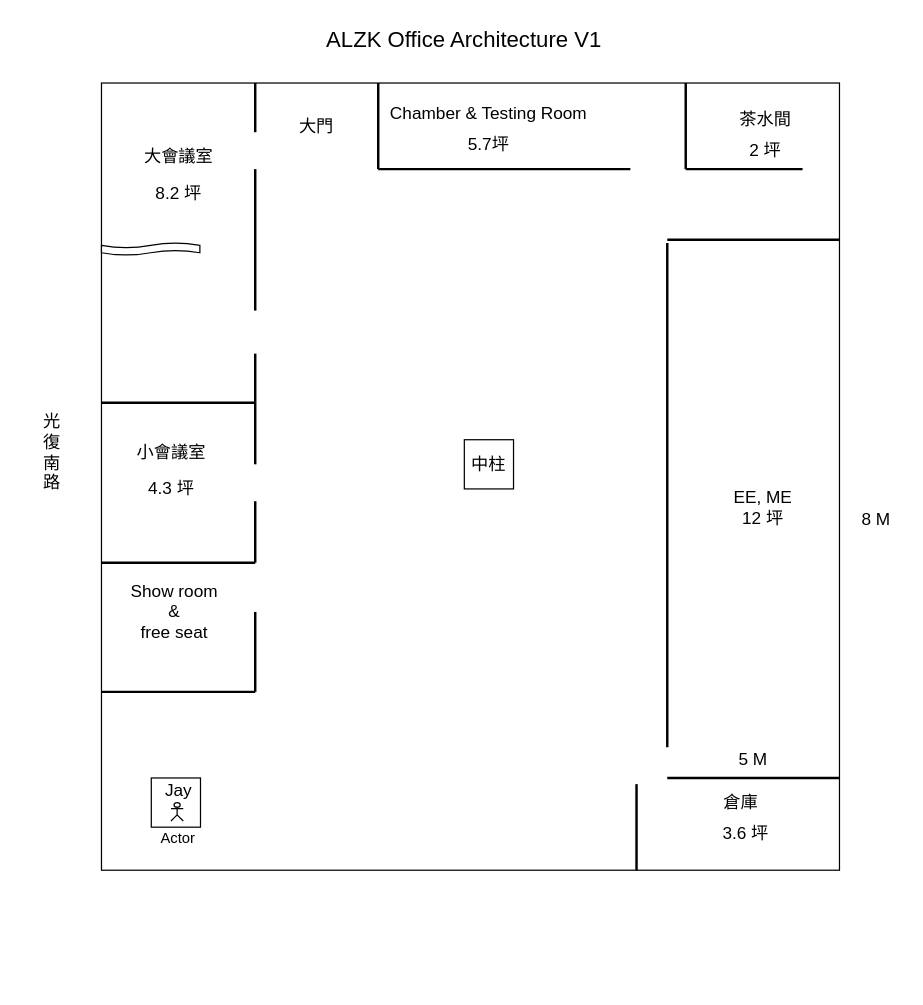
The draw.io diagram Untitled Diagram.drawio in kevin3747118/ALZK, before the edit. Source tidied: cells renumbered, new cells numbered last; positions are measured from the earlier drawing's top-left corner, leaving out a move shared by most shapes. Both pictures are drawn from the tidied source at 123%, with x=0, y=0 at pixel (27, 21).
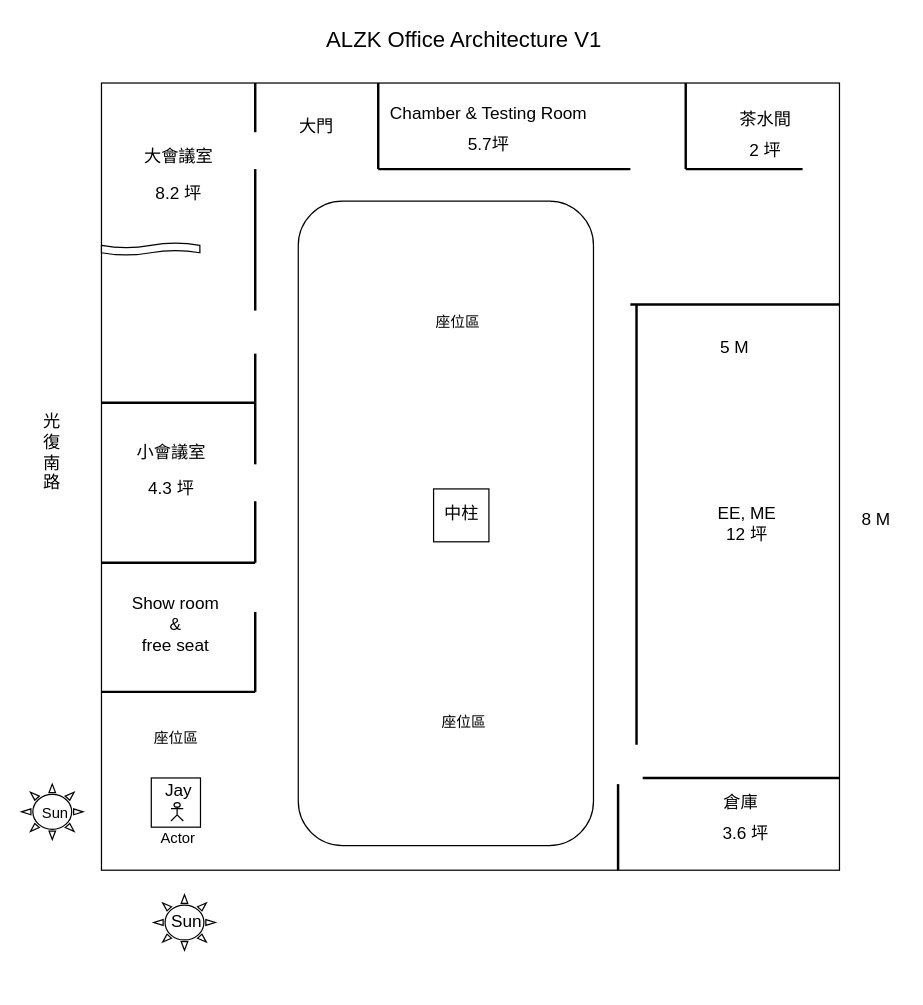
Above is the later version.

Diff of the diagram source:
```diff
@@
     <mxCell id="28" value="&lt;font style=&quot;font-size: 14px&quot;&gt;Show room &lt;br&gt;&amp;amp; &lt;br&gt;free seat&lt;/font&gt;" style="text;html=1;strokeColor=none;fillColor=none;align=center;verticalAlign=middle;whiteSpace=wrap;rounded=0;" parent="1" vertex="1">
-      <mxGeometry x="68" y="470" width="103" height="20" as="geometry" />
+      <mxGeometry x="69" y="480" width="103" height="20" as="geometry" />
     </mxCell>
     <mxCell id="29" style="line;strokeWidth=2;direction=south;html=1;" parent="1" vertex="1">
-      <mxGeometry x="515" y="180" width="10" height="410" as="geometry" />
+      <mxGeometry x="490" y="230" width="10" height="358" as="geometry" />
     </mxCell>
     <mxCell id="30" style="line;strokeWidth=2;html=1;" parent="1" vertex="1">
-      <mxGeometry x="520" y="610" width="140" height="10" as="geometry" />
+      <mxGeometry x="500" y="610" width="160" height="10" as="geometry" />
     </mxCell>
     <mxCell id="31" style="line;strokeWidth=2;direction=south;html=1;" parent="1" vertex="1">
-      <mxGeometry x="490" y="620" width="10" height="70" as="geometry" />
+      <mxGeometry x="475" y="620" width="10" height="70" as="geometry" />
     </mxCell>
@@
-    <mxCell id="34" style="whiteSpace=wrap;html=1;" parent="1" vertex="1">
-      <mxGeometry x="355" y="340" width="40" height="40" as="geometry" />
-    </mxCell>
-    <mxCell id="35" value="&lt;span style=&quot;font-size: 14px&quot;&gt;中柱&lt;/span&gt;" style="text;html=1;strokeColor=none;fillColor=none;align=center;verticalAlign=middle;whiteSpace=wrap;rounded=0;" parent="1" vertex="1">
-      <mxGeometry x="345" y="350" width="60" height="20" as="geometry" />
-    </mxCell>
@@
     <mxCell id="41" value="&lt;font style=&quot;font-size: 14px&quot;&gt;5 M&lt;/font&gt;" style="text;html=1;strokeColor=none;fillColor=none;align=center;verticalAlign=middle;whiteSpace=wrap;rounded=0;" parent="1" vertex="1">
-      <mxGeometry x="570" y="590" width="40" height="20" as="geometry" />
+      <mxGeometry x="555" y="255" width="40" height="20" as="geometry" />
     </mxCell>
@@
     <mxCell id="43" style="line;strokeWidth=2;html=1;" parent="1" vertex="1">
-      <mxGeometry x="520" y="172.5" width="140" height="10" as="geometry" />
+      <mxGeometry x="490" y="225" width="170" height="10" as="geometry" />
     </mxCell>
     <mxCell id="44" value="&lt;span style=&quot;font-size: 14px&quot;&gt;EE, ME&lt;br&gt;12 坪&lt;br&gt;&lt;/span&gt;" style="text;html=1;strokeColor=none;fillColor=none;align=center;verticalAlign=middle;whiteSpace=wrap;rounded=0;" parent="1" vertex="1">
-      <mxGeometry x="567.5" y="385" width="60" height="20" as="geometry" />
+      <mxGeometry x="555" y="397.5" width="60" height="20" as="geometry" />
     </mxCell>
+    <mxCell id="45" style="rounded=1;whiteSpace=wrap;html=1;" parent="1" vertex="1">
+      <mxGeometry x="220" y="146" width="240" height="524" as="geometry" />
+    </mxCell>
+    <mxCell id="46" style="rounded=0;whiteSpace=wrap;html=1;" parent="1" vertex="1">
+      <mxGeometry x="330" y="380" width="45" height="43" as="geometry" />
+    </mxCell>
+    <mxCell id="35" value="&lt;span style=&quot;font-size: 14px&quot;&gt;中柱&lt;/span&gt;" style="text;html=1;strokeColor=none;fillColor=none;align=center;verticalAlign=middle;whiteSpace=wrap;rounded=0;" parent="1" vertex="1">
+      <mxGeometry x="332.5" y="390" width="40" height="20" as="geometry" />
+    </mxCell>
+    <mxCell id="47" value="座位區" style="text;html=1;strokeColor=none;fillColor=none;align=center;verticalAlign=middle;whiteSpace=wrap;rounded=0;" parent="1" vertex="1">
+      <mxGeometry x="330" y="235" width="40" height="20" as="geometry" />
+    </mxCell>
+    <mxCell id="48" value="座位區" style="text;html=1;strokeColor=none;fillColor=none;align=center;verticalAlign=middle;whiteSpace=wrap;rounded=0;" parent="1" vertex="1">
+      <mxGeometry x="335" y="560" width="40" height="20" as="geometry" />
+    </mxCell>
+    <mxCell id="49" value="座位區" style="text;html=1;strokeColor=none;fillColor=none;align=center;verticalAlign=middle;whiteSpace=wrap;rounded=0;" parent="1" vertex="1">
+      <mxGeometry x="100.5" y="572.5" width="40" height="20" as="geometry" />
+    </mxCell>
+    <mxCell id="50" style="verticalLabelPosition=bottom;verticalAlign=top;html=1;shape=mxgraph.basic.sun;" parent="1" vertex="1">
+      <mxGeometry x="-5" y="620" width="50" height="45" as="geometry" />
+    </mxCell>
+    <mxCell id="51" style="verticalLabelPosition=bottom;verticalAlign=top;html=1;shape=mxgraph.basic.sun;" parent="1" vertex="1">
+      <mxGeometry x="102.5" y="710" width="50" height="45" as="geometry" />
+    </mxCell>
+    <mxCell id="52" value="&lt;span style=&quot;font-size: 14px&quot;&gt;Sun&lt;/span&gt;" style="text;html=1;strokeColor=none;fillColor=none;align=center;verticalAlign=middle;whiteSpace=wrap;rounded=0;" parent="1" vertex="1">
+      <mxGeometry x="108" y="680" width="43" height="103" as="geometry" />
+    </mxCell>
+    <mxCell id="53" value="Sun" style="text;html=1;" parent="1" vertex="1">
+      <mxGeometry x="10" y="630" width="50" height="30" as="geometry" />
+    </mxCell>
```
